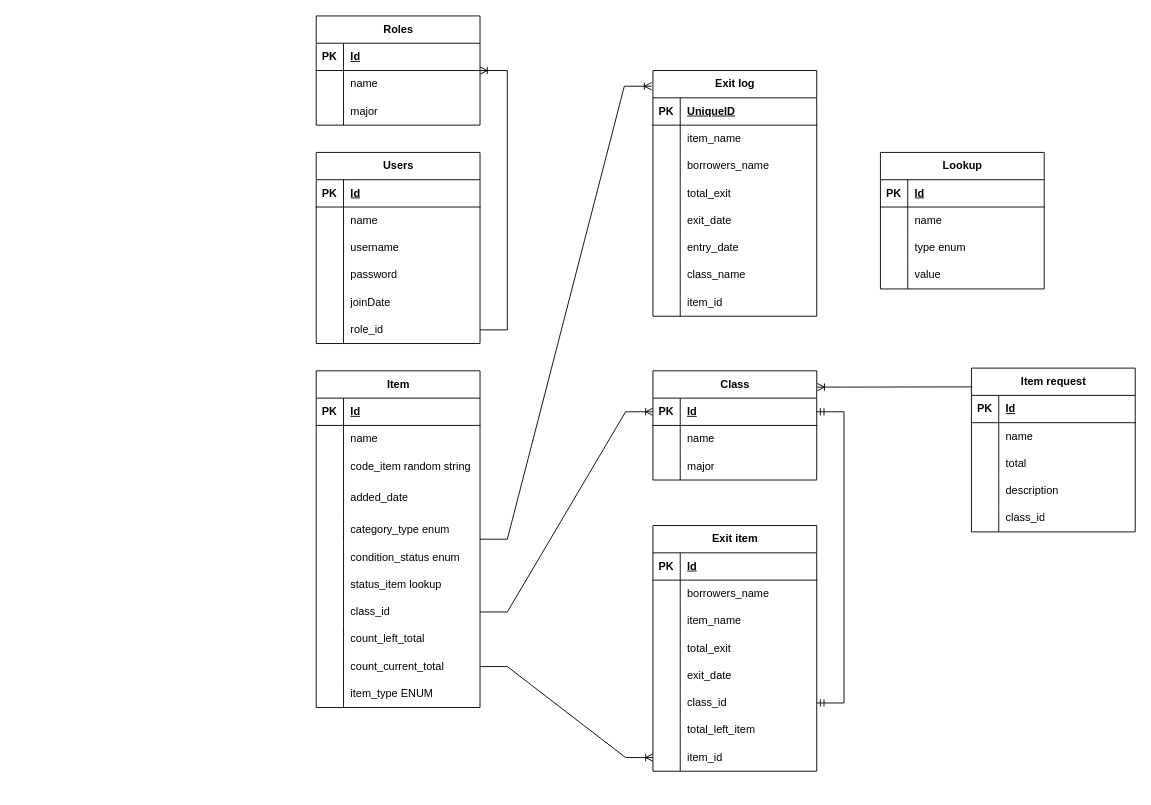
Above: inventory-db.drawio in Haru-Kazumoto/inventory-app-be (draw.io), before the change. Source tidied: cells renumbered, new cells numbered last; positions are measured from the earlier drawing's top-left corner, leaving out a move shared by most shapes. Both pictures are drawn from the tidied source at 91%, with x=0, y=0 at pixel (316, 15).
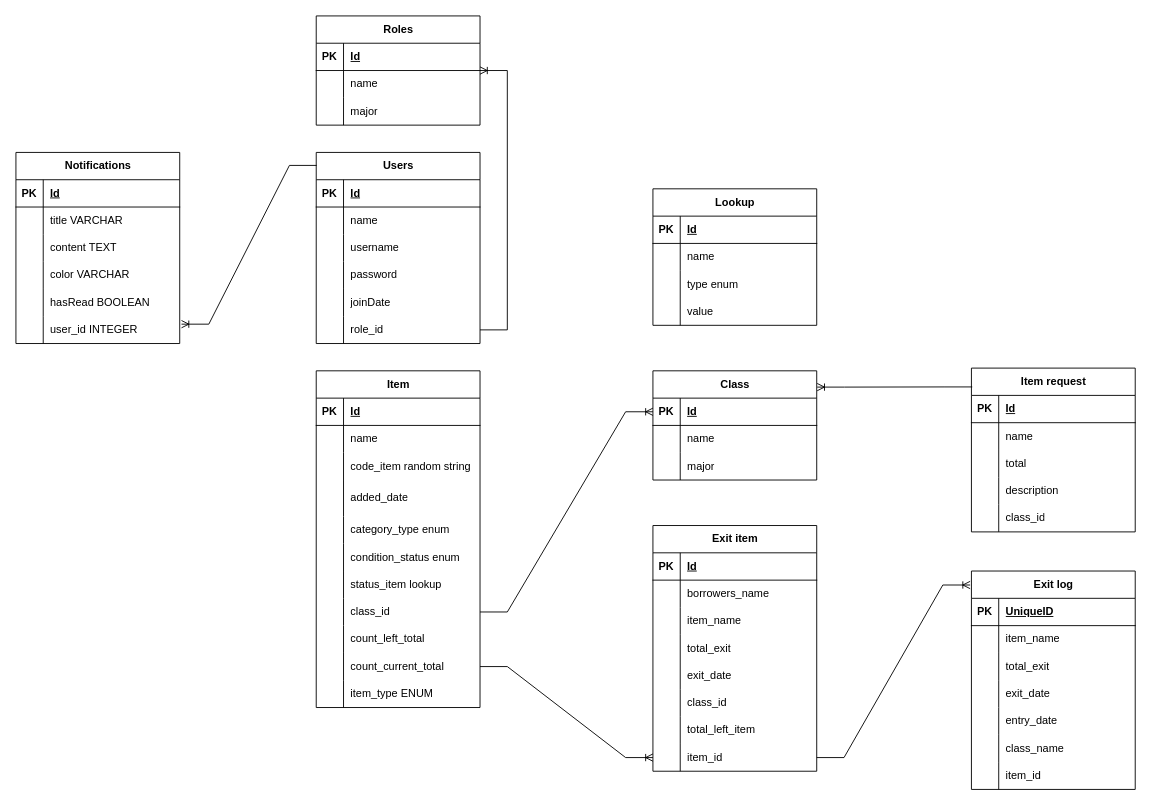
Above is the later version.

The change refers to these unchanged cells:
```xml
<mxCell id="2" value="Users" style="shape=table;startSize=30;childLayout=tableLayout;rowLines=0;fontStyle=1;align=center;html=1;" parent="1" vertex="1">
  <mxGeometry y="150" width="180" height="210" as="geometry" />
</mxCell>
<mxCell id="32" value="Item" style="shape=table;startSize=30;childLayout=tableLayout;rowLines=0;fontStyle=1;align=center;html=1;" parent="1" vertex="1">
  <mxGeometry y="390" width="180" height="370" as="geometry" />
</mxCell>
<mxCell id="67" style="shape=tableRow;horizontal=0;startSize=0;swimlaneHead=0;swimlaneBody=0;fillColor=none;points=[[0,0.5],[1,0.5]];portConstraint=eastwest;top=0;left=0;right=0;bottom=1;" parent="66" vertex="1">
  <mxGeometry y="30" width="180" height="30" as="geometry" />
</mxCell>
<mxCell id="92" style="shape=tableRow;horizontal=0;startSize=0;swimlaneHead=0;swimlaneBody=0;fillColor=none;points=[[0,0.5],[1,0.5]];portConstraint=eastwest;top=0;left=0;right=0;bottom=0;" parent="76" vertex="1">
  <mxGeometry y="180" width="180" height="30" as="geometry" />
</mxCell>
<mxCell id="98" style="shape=tableRow;horizontal=0;startSize=0;swimlaneHead=0;swimlaneBody=0;fillColor=none;points=[[0,0.5],[1,0.5]];portConstraint=eastwest;top=0;left=0;right=0;bottom=0;" parent="76" vertex="1">
  <mxGeometry y="240" width="180" height="30" as="geometry" />
</mxCell>
```

Change to the diagram source:
```diff
@@
     <mxCell id="101" value="Exit log" style="shape=table;startSize=30;childLayout=tableLayout;rowLines=0;fontStyle=1;align=center;html=1;" parent="1" vertex="1">
-      <mxGeometry x="370" y="60" width="180" height="270" as="geometry" />
+      <mxGeometry x="720" y="610" width="180" height="240" as="geometry" />
     </mxCell>
@@
-    <mxCell id="108" style="shape=tableRow;horizontal=0;startSize=0;swimlaneHead=0;swimlaneBody=0;fillColor=none;top=0;left=0;right=0;bottom=0;" parent="101" vertex="1">
-      <mxGeometry y="90" width="180" height="30" as="geometry" />
-    </mxCell>
-    <mxCell id="109" style="shape=partialRectangle;fillColor=none;top=0;left=0;bottom=0;right=0;overflow=hidden;whiteSpace=wrap;html=1;" parent="108" vertex="1">
-      <mxGeometry width="30" height="30" as="geometry" />
-    </mxCell>
-    <mxCell id="110" value="borrowers_name" style="shape=partialRectangle;fillColor=none;top=0;left=0;bottom=0;right=0;align=left;spacingLeft=6;overflow=hidden;whiteSpace=wrap;html=1;" parent="108" vertex="1">
-      <mxGeometry x="30" width="150" height="30" as="geometry" />
-    </mxCell>
     <mxCell id="111" style="shape=tableRow;horizontal=0;startSize=0;swimlaneHead=0;swimlaneBody=0;fillColor=none;top=0;left=0;right=0;bottom=0;" parent="101" vertex="1">
-      <mxGeometry y="120" width="180" height="30" as="geometry" />
+      <mxGeometry y="90" width="180" height="30" as="geometry" />
     </mxCell>
@@
     <mxCell id="114" style="shape=tableRow;horizontal=0;startSize=0;swimlaneHead=0;swimlaneBody=0;fillColor=none;top=0;left=0;right=0;bottom=0;" parent="101" vertex="1">
-      <mxGeometry y="150" width="180" height="30" as="geometry" />
+      <mxGeometry y="120" width="180" height="30" as="geometry" />
     </mxCell>
@@
     <mxCell id="117" style="shape=tableRow;horizontal=0;startSize=0;swimlaneHead=0;swimlaneBody=0;fillColor=none;top=0;left=0;right=0;bottom=0;" parent="101" vertex="1">
-      <mxGeometry y="180" width="180" height="30" as="geometry" />
+      <mxGeometry y="150" width="180" height="30" as="geometry" />
     </mxCell>
@@
     <mxCell id="120" style="shape=tableRow;horizontal=0;startSize=0;swimlaneHead=0;swimlaneBody=0;fillColor=none;top=0;left=0;right=0;bottom=0;" parent="101" vertex="1">
-      <mxGeometry y="210" width="180" height="30" as="geometry" />
+      <mxGeometry y="180" width="180" height="30" as="geometry" />
     </mxCell>
@@
     <mxCell id="123" style="shape=tableRow;horizontal=0;startSize=0;swimlaneHead=0;swimlaneBody=0;fillColor=none;top=0;left=0;right=0;bottom=0;" parent="101" vertex="1">
-      <mxGeometry y="240" width="180" height="30" as="geometry" />
+      <mxGeometry y="210" width="180" height="30" as="geometry" />
     </mxCell>
@@
-    <mxCell id="127" style="edgeStyle=entityRelationEdgeStyle;fontSize=12;html=1;endArrow=ERmandOne;startArrow=ERmandOne;rounded=0;exitX=1;exitY=0.5;exitDx=0;exitDy=0;entryX=1;entryY=0.5;entryDx=0;entryDy=0;" parent="1" edge="1" source="92" target="67">
-      <mxGeometry relative="1" as="geometry">
-        <Array as="points">
-          <mxPoint x="800" y="640" />
-          <mxPoint x="700" y="450" />
-        </Array>
-      </mxGeometry>
-    </mxCell>
@@
     <mxCell id="129" value="Lookup" style="shape=table;startSize=30;childLayout=tableLayout;rowLines=0;fontStyle=1;align=center;html=1;" parent="1" vertex="1">
-      <mxGeometry x="620" y="150" width="180" height="150" as="geometry" />
+      <mxGeometry x="370" y="190" width="180" height="150" as="geometry" />
     </mxCell>
@@
-    <mxCell id="142" style="edgeStyle=entityRelationEdgeStyle;fontSize=12;html=1;endArrow=ERoneToMany;rounded=0;entryX=-0.008;entryY=0.064;entryDx=0;entryDy=0;entryPerimeter=0;shadow=0;jumpStyle=none;" parent="1" edge="1" source="32" target="101">
+    <mxCell id="142" style="edgeStyle=entityRelationEdgeStyle;fontSize=12;html=1;endArrow=ERoneToMany;rounded=0;entryX=-0.008;entryY=0.064;entryDx=0;entryDy=0;entryPerimeter=0;shadow=0;jumpStyle=none;exitX=1;exitY=0.5;exitDx=0;exitDy=0;" parent="1" edge="1" source="98" target="101">
       <mxGeometry relative="1" as="geometry">
         <Array as="points">
           <mxPoint x="480" y="430" />
           <mxPoint x="580" y="390" />
           <mxPoint x="520" y="370" />
           <mxPoint x="670" y="660" />
           <mxPoint x="510" y="420" />
         </Array>
       </mxGeometry>
     </mxCell>
@@
+    <mxCell id="160" value="Notifications" style="shape=table;startSize=30;childLayout=tableLayout;rowLines=0;fontStyle=1;align=center;html=1;" parent="1" vertex="1">
+      <mxGeometry x="-330" y="150" width="180" height="210" as="geometry" />
+    </mxCell>
+    <mxCell id="161" style="shape=tableRow;horizontal=0;startSize=0;swimlaneHead=0;swimlaneBody=0;fillColor=none;top=0;left=0;right=0;bottom=1;" parent="160" vertex="1">
+      <mxGeometry y="30" width="180" height="30" as="geometry" />
+    </mxCell>
+    <mxCell id="162" value="PK" style="shape=partialRectangle;fillColor=none;top=0;left=0;bottom=0;right=0;fontStyle=1;overflow=hidden;whiteSpace=wrap;html=1;" parent="161" vertex="1">
+      <mxGeometry width="30" height="30" as="geometry" />
+    </mxCell>
+    <mxCell id="163" value="Id" style="shape=partialRectangle;fillColor=none;top=0;left=0;bottom=0;right=0;align=left;spacingLeft=6;fontStyle=5;overflow=hidden;whiteSpace=wrap;html=1;" parent="161" vertex="1">
+      <mxGeometry x="30" width="150" height="30" as="geometry" />
+    </mxCell>
+    <mxCell id="164" style="shape=tableRow;horizontal=0;startSize=0;swimlaneHead=0;swimlaneBody=0;fillColor=none;top=0;left=0;right=0;bottom=0;" parent="160" vertex="1">
+      <mxGeometry y="60" width="180" height="30" as="geometry" />
+    </mxCell>
+    <mxCell id="165" style="shape=partialRectangle;fillColor=none;top=0;left=0;bottom=0;right=0;overflow=hidden;whiteSpace=wrap;html=1;" parent="164" vertex="1">
+      <mxGeometry width="30" height="30" as="geometry" />
+    </mxCell>
+    <mxCell id="166" value="title VARCHAR" style="shape=partialRectangle;fillColor=none;top=0;left=0;bottom=0;right=0;align=left;spacingLeft=6;overflow=hidden;whiteSpace=wrap;html=1;" parent="164" vertex="1">
+      <mxGeometry x="30" width="150" height="30" as="geometry" />
+    </mxCell>
+    <mxCell id="108" style="shape=tableRow;horizontal=0;startSize=0;swimlaneHead=0;swimlaneBody=0;fillColor=none;top=0;left=0;right=0;bottom=0;" parent="160" vertex="1">
+      <mxGeometry y="90" width="180" height="30" as="geometry" />
+    </mxCell>
+    <mxCell id="167" style="shape=partialRectangle;fillColor=none;top=0;left=0;bottom=0;right=0;overflow=hidden;whiteSpace=wrap;html=1;" parent="108" vertex="1">
+      <mxGeometry width="30" height="30" as="geometry" />
+    </mxCell>
+    <mxCell id="168" value="content TEXT" style="shape=partialRectangle;fillColor=none;top=0;left=0;bottom=0;right=0;align=left;spacingLeft=6;overflow=hidden;whiteSpace=wrap;html=1;" parent="108" vertex="1">
+      <mxGeometry x="30" width="150" height="30" as="geometry" />
+    </mxCell>
+    <mxCell id="169" style="shape=tableRow;horizontal=0;startSize=0;swimlaneHead=0;swimlaneBody=0;fillColor=none;top=0;left=0;right=0;bottom=0;" parent="160" vertex="1">
+      <mxGeometry y="120" width="180" height="30" as="geometry" />
+    </mxCell>
+    <mxCell id="170" style="shape=partialRectangle;fillColor=none;top=0;left=0;bottom=0;right=0;overflow=hidden;whiteSpace=wrap;html=1;" parent="169" vertex="1">
+      <mxGeometry width="30" height="30" as="geometry" />
+    </mxCell>
+    <mxCell id="171" value="color VARCHAR" style="shape=partialRectangle;fillColor=none;top=0;left=0;bottom=0;right=0;align=left;spacingLeft=6;overflow=hidden;whiteSpace=wrap;html=1;" parent="169" vertex="1">
+      <mxGeometry x="30" width="150" height="30" as="geometry" />
+    </mxCell>
+    <mxCell id="172" style="shape=tableRow;horizontal=0;startSize=0;swimlaneHead=0;swimlaneBody=0;fillColor=none;top=0;left=0;right=0;bottom=0;" parent="160" vertex="1">
+      <mxGeometry y="150" width="180" height="30" as="geometry" />
+    </mxCell>
+    <mxCell id="173" style="shape=partialRectangle;fillColor=none;top=0;left=0;bottom=0;right=0;overflow=hidden;whiteSpace=wrap;html=1;" parent="172" vertex="1">
+      <mxGeometry width="30" height="30" as="geometry" />
+    </mxCell>
+    <mxCell id="174" value="hasRead BOOLEAN" style="shape=partialRectangle;fillColor=none;top=0;left=0;bottom=0;right=0;align=left;spacingLeft=6;overflow=hidden;whiteSpace=wrap;html=1;" parent="172" vertex="1">
+      <mxGeometry x="30" width="150" height="30" as="geometry" />
+    </mxCell>
+    <mxCell id="175" style="shape=tableRow;horizontal=0;startSize=0;swimlaneHead=0;swimlaneBody=0;fillColor=none;points=[[0,0.5],[1,0.5]];portConstraint=eastwest;top=0;left=0;right=0;bottom=0;" parent="160" vertex="1">
+      <mxGeometry y="180" width="180" height="30" as="geometry" />
+    </mxCell>
+    <mxCell id="176" style="shape=partialRectangle;fillColor=none;top=0;left=0;bottom=0;right=0;overflow=hidden;whiteSpace=wrap;html=1;" parent="175" vertex="1">
+      <mxGeometry width="30" height="30" as="geometry" />
+    </mxCell>
+    <mxCell id="177" value="user_id INTEGER" style="shape=partialRectangle;fillColor=none;top=0;left=0;bottom=0;right=0;align=left;spacingLeft=6;overflow=hidden;whiteSpace=wrap;html=1;" parent="175" vertex="1">
+      <mxGeometry x="30" width="150" height="30" as="geometry" />
+    </mxCell>
+    <mxCell id="178" style="edgeStyle=entityRelationEdgeStyle;fontSize=12;html=1;endArrow=ERoneToMany;rounded=0;exitX=0.003;exitY=0.068;exitDx=0;exitDy=0;exitPerimeter=0;entryX=1.011;entryY=0.291;entryDx=0;entryDy=0;entryPerimeter=0;" parent="1" edge="1" source="2" target="175">
+      <mxGeometry relative="1" as="geometry">
+        <Array as="points">
+          <mxPoint x="-90" y="270" />
+        </Array>
+      </mxGeometry>
+    </mxCell>
```
